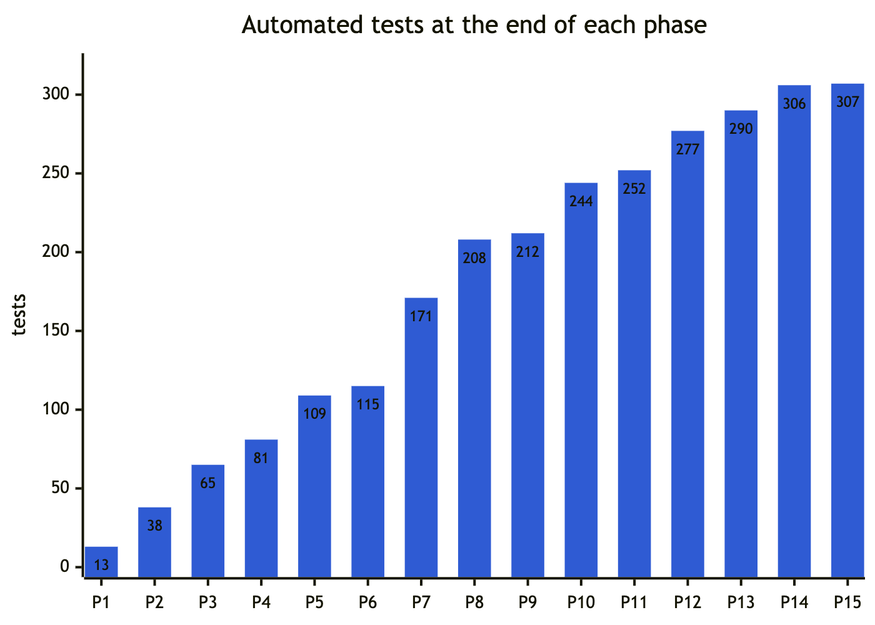
Above: docs/handbook/images/14-chart-tests-by-phase.png in abdulmdev/sentinel-incident-copilot (Mermaid), before the change. Its source is kept beside it as docs/handbook/diagrams/14-chart-tests-by-phase.mmd.
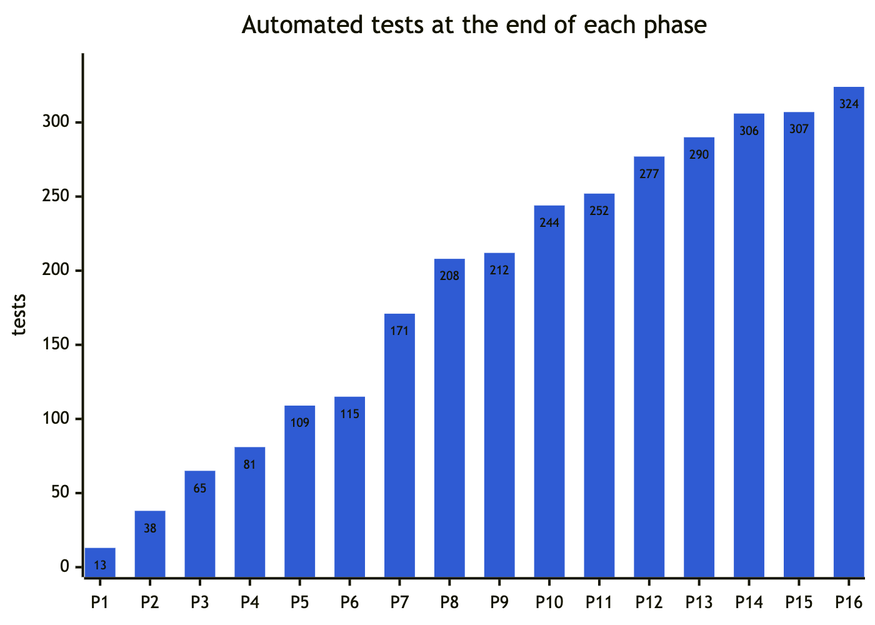
After the change.

What changed in the source:
```diff
@@ -8,6 +8,6 @@
 ---
 xychart-beta
   title "Automated tests at the end of each phase"
-  x-axis ["P1", "P2", "P3", "P4", "P5", "P6", "P7", "P8", "P9", "P10", "P11", "P12", "P13", "P14", "P15"]
-  y-axis "tests" 0 --> 320
-  bar [13, 38, 65, 81, 109, 115, 171, 208, 212, 244, 252, 277, 290, 306, 307]
+  x-axis ["P1", "P2", "P3", "P4", "P5", "P6", "P7", "P8", "P9", "P10", "P11", "P12", "P13", "P14", "P15", "P16"]
+  y-axis "tests" 0 --> 340
+  bar [13, 38, 65, 81, 109, 115, 171, 208, 212, 244, 252, 277, 290, 306, 307, 324]
```
